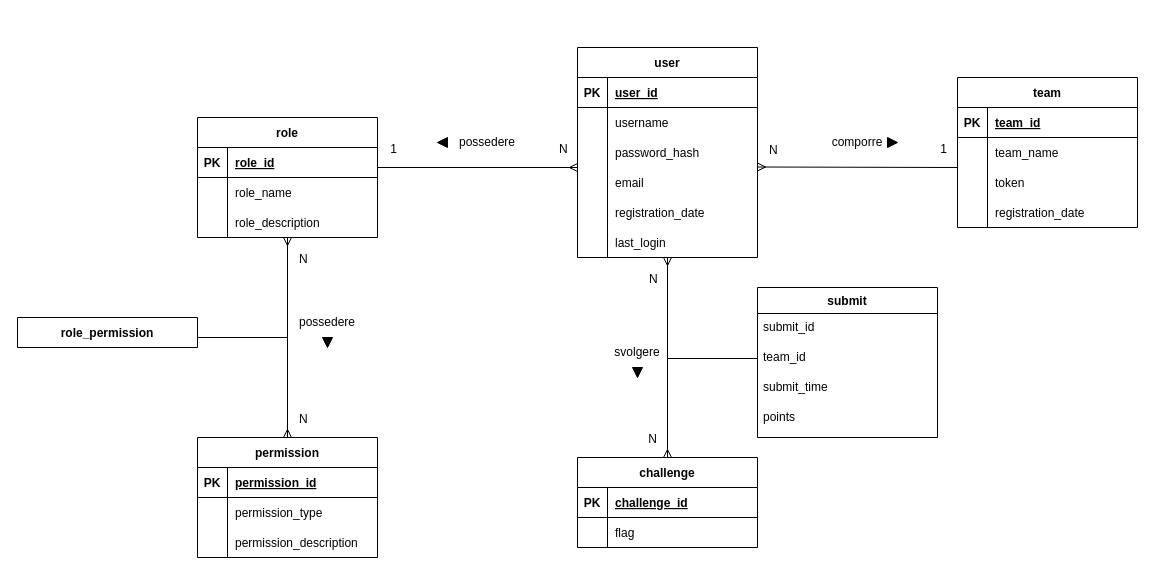
FeeeDz/H4ckUs4t1_CTF keeps this draw.io diagram as db/design/ER_diagram.drawio. Above is the earlier version. Source tidied: cells renumbered, new cells numbered last; positions are measured from the earlier drawing's top-left corner, leaving out a move shared by most shapes. Both pictures are drawn from the tidied source at 100%, with x=0, y=0 at pixel (17, 47).
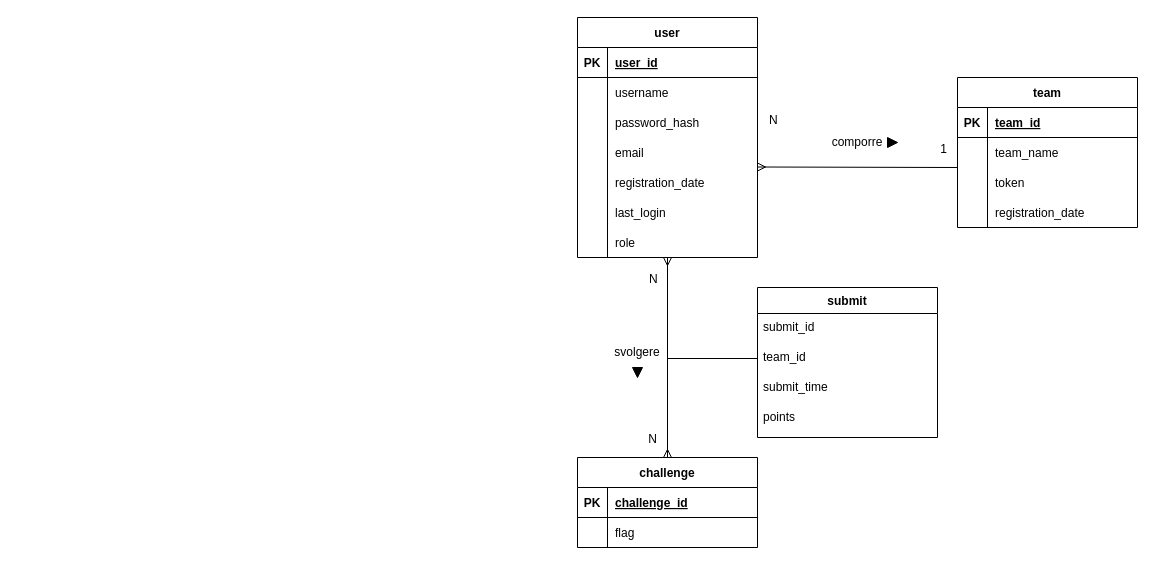
After the change.

The change refers to these unchanged cells:
```xml
<mxCell id="19" value="challenge" style="shape=table;startSize=30;childLayout=tableLayout;rowLines=0;fontStyle=1;align=center;" parent="1" vertex="1">
  <mxGeometry x="560" y="410" width="180" height="90" as="geometry" />
</mxCell>
<mxCell id="26" style="endArrow=none;html=1;rounded=0;startArrow=ERmany;startFill=0;" parent="1" edge="1">
  <mxGeometry relative="1" as="geometry">
    <mxPoint x="740" y="119.5" as="sourcePoint" />
    <mxPoint x="940" y="120" as="targetPoint" />
  </mxGeometry>
</mxCell>
```

The edit, as a diff of the source:
```diff
@@
     <mxCell id="2" style="shape=partialRectangle;fillColor=none;top=0;left=0;right=0;bottom=0;" parent="1" vertex="1">
-      <mxGeometry x="580" y="150" width="170" height="30" as="geometry" />
+      <mxGeometry x="580" y="120" width="170" height="30" as="geometry" />
     </mxCell>
@@
     <mxCell id="27" value="&lt;div&gt;N&lt;/div&gt;" style="html=1;align=left;verticalAlign=bottom;" parent="26" vertex="1">
       <mxGeometry x="-1" relative="1" as="geometry">
-        <mxPoint x="10" y="-9" as="offset" />
+        <mxPoint x="10" y="-39" as="offset" />
       </mxGeometry>
     </mxCell>
@@
-    <mxCell id="29" style="endArrow=ERmany;html=1;rounded=0;startArrow=ERmany;startFill=0;exitX=0.5;exitY=1;exitDx=0;exitDy=0;entryX=0.5;entryY=0;entryDx=0;entryDy=0;endFill=0;" parent="1" edge="1" source="42" target="19">
-      <mxGeometry relative="1" as="geometry" />
+    <mxCell id="29" style="endArrow=ERmany;html=1;rounded=0;startArrow=ERmany;startFill=0;entryX=0.5;entryY=0;entryDx=0;entryDy=0;endFill=0;" parent="1" edge="1" target="19">
+      <mxGeometry relative="1" as="geometry">
+        <mxPoint x="650" y="210" as="sourcePoint" />
+      </mxGeometry>
     </mxCell>
@@
     <mxCell id="42" value="user" style="shape=table;startSize=30;childLayout=tableLayout;rowLines=0;fontStyle=1;align=center;" parent="1" vertex="1">
-      <mxGeometry x="560" width="180" height="210" as="geometry" />
+      <mxGeometry x="560" y="-30" width="180" height="240" as="geometry" />
     </mxCell>
@@
     <mxCell id="49" style="group;" parent="1" vertex="1">
-      <mxGeometry x="560" y="150" width="180" height="30" as="geometry" />
+      <mxGeometry x="560" y="120" width="180" height="30" as="geometry" />
     </mxCell>
@@
     <mxCell id="52" style="group;" parent="1" vertex="1">
-      <mxGeometry x="560" y="120" width="180" height="30" as="geometry" />
+      <mxGeometry x="560" y="90" width="180" height="30" as="geometry" />
     </mxCell>
@@
     <mxCell id="56" style="group;" parent="1" vertex="1">
-      <mxGeometry x="560" y="90" width="180" height="30" as="geometry" />
+      <mxGeometry x="560" y="60" width="180" height="30" as="geometry" />
     </mxCell>
@@
     <mxCell id="60" style="group;" parent="1" vertex="1">
-      <mxGeometry x="560" y="180" width="180" height="30" as="geometry" />
+      <mxGeometry x="560" y="150" width="180" height="30" as="geometry" />
     </mxCell>
@@
+    <mxCell id="95" style="group;" parent="1" vertex="1">
+      <mxGeometry x="560" y="180" width="180" height="30" as="geometry" />
+    </mxCell>
+    <mxCell id="96" style="shape=partialRectangle;overflow=hidden;fillColor=none;top=0;left=0;bottom=0;right=1;" parent="95" vertex="1">
+      <mxGeometry width="30" height="30" as="geometry" />
+    </mxCell>
-    <mxCell id="63" value="role" style="shape=table;startSize=30;childLayout=tableLayout;rowLines=0;fontStyle=1;align=center;" parent="1" vertex="1">
-      <mxGeometry x="180" y="70" width="180" height="120" as="geometry" />
+    <mxCell id="63" value="role" style="shape=partialRectangle;overflow=hidden;fillColor=none;top=0;left=0;bottom=0;right=0;align=left;spacingLeft=6;" parent="95" vertex="1">
+      <mxGeometry x="30" width="150" height="30" as="geometry" />
     </mxCell>
-    <mxCell id="64" style="shape=partialRectangle;fillColor=none;top=0;left=0;right=0;bottom=1;" parent="63" vertex="1">
-      <mxGeometry y="30" width="180" height="30" as="geometry" />
-    </mxCell>
-    <mxCell id="65" value="PK" style="shape=partialRectangle;overflow=hidden;fillColor=none;top=0;left=0;bottom=0;right=0;fontStyle=1;" parent="64" vertex="1">
-      <mxGeometry width="30" height="30" as="geometry" />
-    </mxCell>
-    <mxCell id="66" value="role_id" style="shape=partialRectangle;overflow=hidden;fillColor=none;top=0;left=0;bottom=0;right=0;align=left;spacingLeft=6;fontStyle=5;" parent="64" vertex="1">
-      <mxGeometry x="30" width="150" height="30" as="geometry" />
-    </mxCell>
-    <mxCell id="67" style="shape=partialRectangle;fillColor=none;top=0;left=0;right=0;bottom=0;" parent="63" vertex="1">
-      <mxGeometry y="60" width="180" height="30" as="geometry" />
-    </mxCell>
-    <mxCell id="68" style="shape=partialRectangle;overflow=hidden;fillColor=none;top=0;left=0;bottom=0;right=1;" parent="67" vertex="1">
-      <mxGeometry width="30" height="30" as="geometry" />
-    </mxCell>
-    <mxCell id="69" value="role_name" style="shape=partialRectangle;overflow=hidden;fillColor=none;top=0;left=0;bottom=0;right=0;align=left;spacingLeft=6;" parent="67" vertex="1">
-      <mxGeometry x="30" width="150" height="30" as="geometry" />
-    </mxCell>
-    <mxCell id="70" style="endArrow=none;html=1;rounded=0;startArrow=ERmany;startFill=0;" parent="1" edge="1">
-      <mxGeometry relative="1" as="geometry">
-        <mxPoint x="560" y="120" as="sourcePoint" />
-        <mxPoint x="360" y="120" as="targetPoint" />
-      </mxGeometry>
-    </mxCell>
-    <mxCell id="71" value="&lt;div&gt;N&lt;/div&gt;" style="html=1;align=left;verticalAlign=bottom;" parent="70" vertex="1">
-      <mxGeometry x="-1" relative="1" as="geometry">
-        <mxPoint x="-20" y="-10" as="offset" />
-      </mxGeometry>
-    </mxCell>
-    <mxCell id="72" value="1" style="html=1;align=right;verticalAlign=bottom;" parent="70" vertex="1">
-      <mxGeometry x="1" relative="1" as="geometry">
-        <mxPoint x="20" y="-10" as="offset" />
-      </mxGeometry>
-    </mxCell>
-    <mxCell id="73" value="possedere" style="text;html=1;strokeColor=none;fillColor=none;align=center;verticalAlign=middle;whiteSpace=wrap;rounded=0;fontSize=12;" parent="1" vertex="1">
-      <mxGeometry x="440" y="80" width="60" height="30" as="geometry" />
-    </mxCell>
-    <mxCell id="74" style="triangle;whiteSpace=wrap;html=1;fontSize=12;strokeColor=default;fillColor=#000000;rotation=-180;" parent="1" vertex="1">
-      <mxGeometry x="420" y="90" width="10" height="10" as="geometry" />
-    </mxCell>
-    <mxCell id="75" value="permission" style="shape=table;startSize=30;childLayout=tableLayout;rowLines=0;fontStyle=1;align=center;" parent="1" vertex="1">
-      <mxGeometry x="180" y="390" width="180" height="120" as="geometry" />
-    </mxCell>
-    <mxCell id="76" style="shape=partialRectangle;fillColor=none;top=0;left=0;right=0;bottom=1;" parent="75" vertex="1">
-      <mxGeometry y="30" width="180" height="30" as="geometry" />
-    </mxCell>
-    <mxCell id="77" value="PK" style="shape=partialRectangle;overflow=hidden;fillColor=none;top=0;left=0;bottom=0;right=0;fontStyle=1;" parent="76" vertex="1">
-      <mxGeometry width="30" height="30" as="geometry" />
-    </mxCell>
-    <mxCell id="78" value="permission_id" style="shape=partialRectangle;overflow=hidden;fillColor=none;top=0;left=0;bottom=0;right=0;align=left;spacingLeft=6;fontStyle=5;" parent="76" vertex="1">
-      <mxGeometry x="30" width="150" height="30" as="geometry" />
-    </mxCell>
-    <mxCell id="79" style="shape=partialRectangle;fillColor=none;top=0;left=0;right=0;bottom=0;" parent="75" vertex="1">
-      <mxGeometry y="60" width="180" height="30" as="geometry" />
-    </mxCell>
-    <mxCell id="80" style="shape=partialRectangle;overflow=hidden;fillColor=none;top=0;left=0;bottom=0;right=1;" parent="79" vertex="1">
-      <mxGeometry width="30" height="30" as="geometry" />
-    </mxCell>
-    <mxCell id="81" value="permission_type" style="shape=partialRectangle;overflow=hidden;fillColor=none;top=0;left=0;bottom=0;right=0;align=left;spacingLeft=6;" parent="79" vertex="1">
-      <mxGeometry x="30" width="150" height="30" as="geometry" />
-    </mxCell>
-    <mxCell id="82" style="endArrow=ERmany;html=1;rounded=0;startArrow=ERmany;startFill=0;exitX=0.5;exitY=0;exitDx=0;exitDy=0;entryX=0.5;entryY=1;entryDx=0;entryDy=0;endFill=0;" parent="1" edge="1" source="75">
-      <mxGeometry relative="1" as="geometry">
-        <mxPoint x="270" y="190" as="targetPoint" />
-      </mxGeometry>
-    </mxCell>
-    <mxCell id="83" value="&lt;div&gt;N&lt;/div&gt;" style="html=1;align=left;verticalAlign=bottom;" parent="82" vertex="1">
-      <mxGeometry x="-1" relative="1" as="geometry">
-        <mxPoint x="10" y="-10" as="offset" />
-      </mxGeometry>
-    </mxCell>
-    <mxCell id="84" value="possedere" style="text;html=1;strokeColor=none;fillColor=none;align=center;verticalAlign=middle;whiteSpace=wrap;rounded=0;fontSize=12;" parent="1" vertex="1">
-      <mxGeometry x="280" y="260" width="60" height="30" as="geometry" />
-    </mxCell>
-    <mxCell id="85" style="triangle;whiteSpace=wrap;html=1;fontSize=12;strokeColor=default;fillColor=#000000;rotation=90;" parent="1" vertex="1">
-      <mxGeometry x="305" y="290" width="10" height="10" as="geometry" />
-    </mxCell>
-    <mxCell id="86" value="&lt;div&gt;N&lt;/div&gt;" style="html=1;align=left;verticalAlign=bottom;" parent="1" vertex="1">
-      <mxGeometry x="280" y="220" as="geometry" />
-    </mxCell>
-    <mxCell id="87" style="endArrow=none;html=1;rounded=0;" parent="1" edge="1">
-      <mxGeometry relative="1" as="geometry">
-        <mxPoint x="180" y="290" as="sourcePoint" />
-        <mxPoint x="270" y="290" as="targetPoint" />
-      </mxGeometry>
-    </mxCell>
-    <mxCell id="88" value="role_permission" style="swimlane;fontStyle=1;horizontal=1;startSize=30;align=center;fontSize=12;" parent="1" vertex="1">
-      <mxGeometry y="270" width="180" height="30" as="geometry" />
-    </mxCell>
-    <mxCell id="89" style="group;" parent="1" vertex="1">
-      <mxGeometry x="180" y="160" width="180" height="30" as="geometry" />
-    </mxCell>
-    <mxCell id="90" style="shape=partialRectangle;overflow=hidden;fillColor=none;top=0;left=0;bottom=0;right=1;" parent="89" vertex="1">
-      <mxGeometry width="30" height="30" as="geometry" />
-    </mxCell>
-    <mxCell id="91" value="role_description" style="shape=partialRectangle;overflow=hidden;fillColor=none;top=0;left=0;bottom=0;right=0;align=left;spacingLeft=6;" parent="89" vertex="1">
-      <mxGeometry x="30" width="150" height="30" as="geometry" />
-    </mxCell>
-    <mxCell id="92" style="group;" parent="1" vertex="1">
-      <mxGeometry x="180" y="480" width="180" height="30" as="geometry" />
-    </mxCell>
-    <mxCell id="93" style="shape=partialRectangle;overflow=hidden;fillColor=none;top=0;left=0;bottom=0;right=1;" parent="92" vertex="1">
-      <mxGeometry width="30" height="30" as="geometry" />
-    </mxCell>
-    <mxCell id="94" value="permission_description" style="shape=partialRectangle;overflow=hidden;fillColor=none;top=0;left=0;bottom=0;right=0;align=left;spacingLeft=6;" parent="92" vertex="1">
-      <mxGeometry x="30" width="150" height="30" as="geometry" />
-    </mxCell>
```
